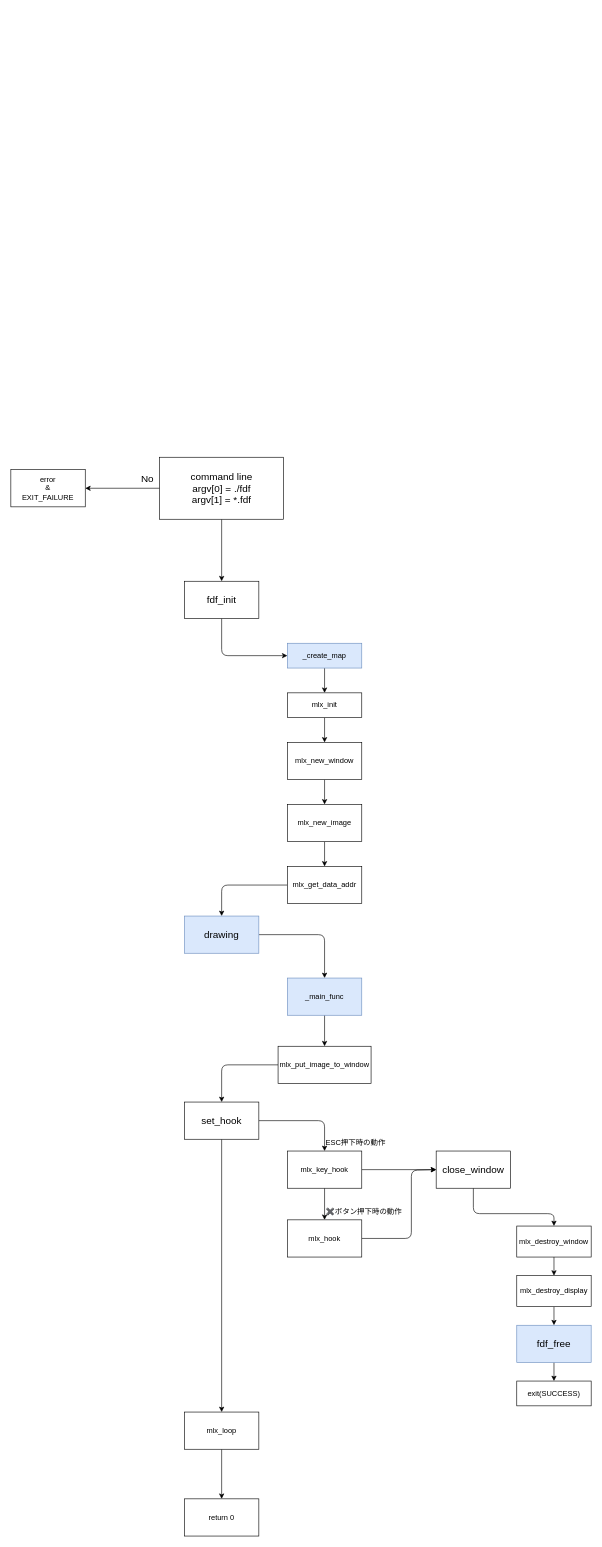
Earlier version of the draw.io diagram test.drawio (NakajiZaiLFC/test_fdf). Source tidied: cells renumbered, new cells numbered last; positions are measured from the earlier drawing's top-left corner, leaving out a move shared by most shapes. Both pictures are drawn from the tidied source at 62%, with x=0, y=0 at pixel (11, 457).
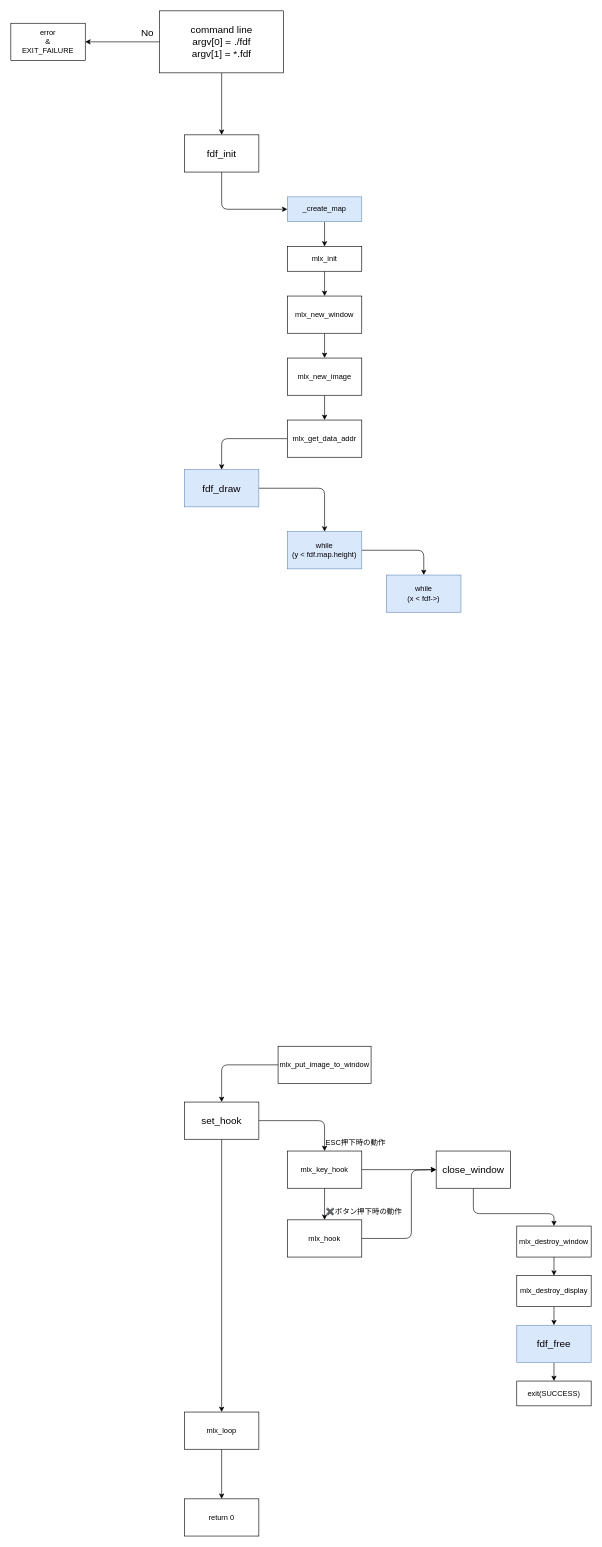
The same diagram, later.

The change refers to these unchanged cells:
```xml
<mxCell id="24" value="mlx_put_image_to_window" style="whiteSpace=wrap;html=1;rounded=0;" parent="1" vertex="1">
  <mxGeometry x="431" y="950" width="150" height="60" as="geometry" />
</mxCell>
```

Diff of the diagram source:
```diff
@@
     <mxCell id="4" value="&lt;font style=&quot;font-size: 16px;&quot;&gt;command line&lt;br&gt;argv[0] = ./fdf&lt;br&gt;argv[1] = *.fdf&lt;br&gt;&lt;/font&gt;" style="rounded=0;whiteSpace=wrap;html=1;" parent="1" vertex="1">
-      <mxGeometry x="240" width="200" height="100" as="geometry" />
+      <mxGeometry x="240" y="-720" width="200" height="100" as="geometry" />
     </mxCell>
     <mxCell id="5" value="error&lt;br&gt;&amp;amp;&lt;br&gt;EXIT_FAILURE" style="whiteSpace=wrap;html=1;rounded=0;" parent="1" vertex="1">
-      <mxGeometry y="20" width="120" height="60" as="geometry" />
+      <mxGeometry y="-700" width="120" height="60" as="geometry" />
     </mxCell>
     <mxCell id="6" value="No" style="text;html=1;align=center;verticalAlign=middle;strokeColor=none;fillColor=none;fontSize=16;" parent="1" vertex="1">
-      <mxGeometry x="200" y="20" width="40" height="30" as="geometry" />
+      <mxGeometry x="200" y="-700" width="40" height="30" as="geometry" />
     </mxCell>
     <mxCell id="7" style="edgeStyle=none;html=1;fontSize=16;" parent="1" edge="1" source="8" target="10">
       <mxGeometry relative="1" as="geometry">
         <Array as="points">
-          <mxPoint x="340" y="320" />
+          <mxPoint x="340" y="-400" />
         </Array>
       </mxGeometry>
     </mxCell>
     <mxCell id="8" value="&lt;font style=&quot;font-size: 16px;&quot;&gt;fdf_init&lt;/font&gt;" style="whiteSpace=wrap;html=1;rounded=0;" parent="1" vertex="1">
-      <mxGeometry x="280" y="200" width="120" height="60" as="geometry" />
+      <mxGeometry x="280" y="-520" width="120" height="60" as="geometry" />
     </mxCell>
@@
     <mxCell id="10" value="_create_map" style="whiteSpace=wrap;html=1;rounded=0;fillColor=#dae8fc;strokeColor=#6c8ebf;" parent="1" vertex="1">
-      <mxGeometry x="446" y="300" width="120" height="40" as="geometry" />
+      <mxGeometry x="446" y="-420" width="120" height="40" as="geometry" />
     </mxCell>
@@
     <mxCell id="12" value="mlx_init" style="whiteSpace=wrap;html=1;rounded=0;" parent="1" vertex="1">
-      <mxGeometry x="446" y="380" width="120" height="40" as="geometry" />
+      <mxGeometry x="446" y="-340" width="120" height="40" as="geometry" />
     </mxCell>
@@
     <mxCell id="14" value="mlx_new_window" style="whiteSpace=wrap;html=1;rounded=0;" parent="1" vertex="1">
-      <mxGeometry x="446" y="460" width="120" height="60" as="geometry" />
+      <mxGeometry x="446" y="-260" width="120" height="60" as="geometry" />
     </mxCell>
@@
     <mxCell id="16" value="mlx_new_image" style="whiteSpace=wrap;html=1;rounded=0;" parent="1" vertex="1">
-      <mxGeometry x="446" y="560" width="120" height="60" as="geometry" />
+      <mxGeometry x="446" y="-160" width="120" height="60" as="geometry" />
     </mxCell>
     <mxCell id="17" style="edgeStyle=none;html=1;fontSize=16;" parent="1" edge="1" source="18" target="20">
       <mxGeometry relative="1" as="geometry">
         <Array as="points">
-          <mxPoint x="340" y="690" />
+          <mxPoint x="340" y="-30" />
         </Array>
       </mxGeometry>
     </mxCell>
     <mxCell id="18" value="mlx_get_data_addr" style="whiteSpace=wrap;html=1;rounded=0;" parent="1" vertex="1">
-      <mxGeometry x="446" y="660" width="120" height="60" as="geometry" />
+      <mxGeometry x="446" y="-60" width="120" height="60" as="geometry" />
     </mxCell>
     <mxCell id="19" style="edgeStyle=none;html=1;fontSize=16;" parent="1" edge="1" source="20" target="22">
       <mxGeometry relative="1" as="geometry">
         <Array as="points">
-          <mxPoint x="506" y="770" />
+          <mxPoint x="506" y="50" />
         </Array>
       </mxGeometry>
     </mxCell>
-    <mxCell id="20" value="&lt;font style=&quot;font-size: 16px;&quot;&gt;drawing&lt;/font&gt;" style="whiteSpace=wrap;html=1;rounded=0;direction=west;fillColor=#dae8fc;strokeColor=#6c8ebf;" parent="1" vertex="1">
-      <mxGeometry x="280" y="740" width="120" height="60" as="geometry" />
+    <mxCell id="20" value="&lt;font style=&quot;font-size: 16px;&quot;&gt;fdf_draw&lt;/font&gt;" style="whiteSpace=wrap;html=1;rounded=0;direction=west;fillColor=#dae8fc;strokeColor=#6c8ebf;" parent="1" vertex="1">
+      <mxGeometry x="280" y="20" width="120" height="60" as="geometry" />
     </mxCell>
-    <mxCell id="21" style="edgeStyle=none;html=1;fontSize=16;" parent="1" edge="1" source="22" target="24">
-      <mxGeometry relative="1" as="geometry" />
-    </mxCell>
+    <mxCell id="47" style="edgeStyle=none;html=1;" parent="1" edge="1" source="22" target="48">
+      <mxGeometry relative="1" as="geometry">
+        <Array as="points">
+          <mxPoint x="666" y="150" />
+        </Array>
+      </mxGeometry>
+    </mxCell>
-    <mxCell id="22" value="_main_func" style="whiteSpace=wrap;html=1;fillColor=#dae8fc;strokeColor=#6c8ebf;rounded=0;" parent="1" vertex="1">
-      <mxGeometry x="446" y="840" width="120" height="60" as="geometry" />
+    <mxCell id="22" value="while&lt;br&gt;(y &amp;lt; fdf.map.height)" style="whiteSpace=wrap;html=1;fillColor=#dae8fc;strokeColor=#6c8ebf;rounded=0;" parent="1" vertex="1">
+      <mxGeometry x="446" y="120" width="120" height="60" as="geometry" />
     </mxCell>
@@
+    <mxCell id="48" value="while&lt;br&gt;(x &amp;lt; fdf-&amp;gt;)" style="whiteSpace=wrap;html=1;fillColor=#dae8fc;strokeColor=#6c8ebf;rounded=0;" parent="1" vertex="1">
+      <mxGeometry x="606" y="190" width="120" height="60" as="geometry" />
+    </mxCell>
```
